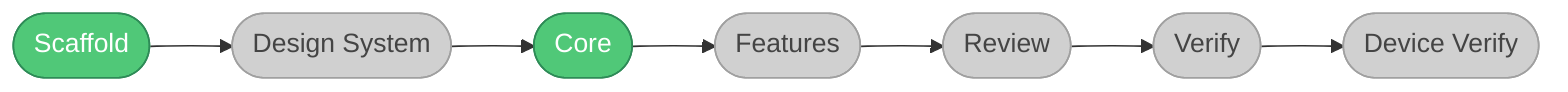
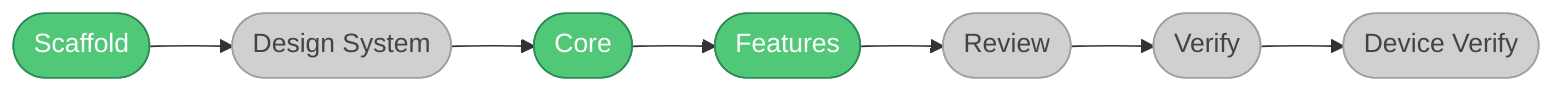
flowchart LR
    S([Scaffold]):::done
    DS([Design System]):::todo
    C([Core]):::done
-     F([Features]):::todo
+     F([Features]):::done
    R([Review]):::todo
    V([Verify]):::todo
    DV([Device Verify]):::todo

    S --> DS --> C --> F --> R --> V --> DV

    classDef done fill:#50C878,stroke:#2E8B57,color:#fff
    classDef todo fill:#D0D0D0,stroke:#A0A0A0,color:#444
